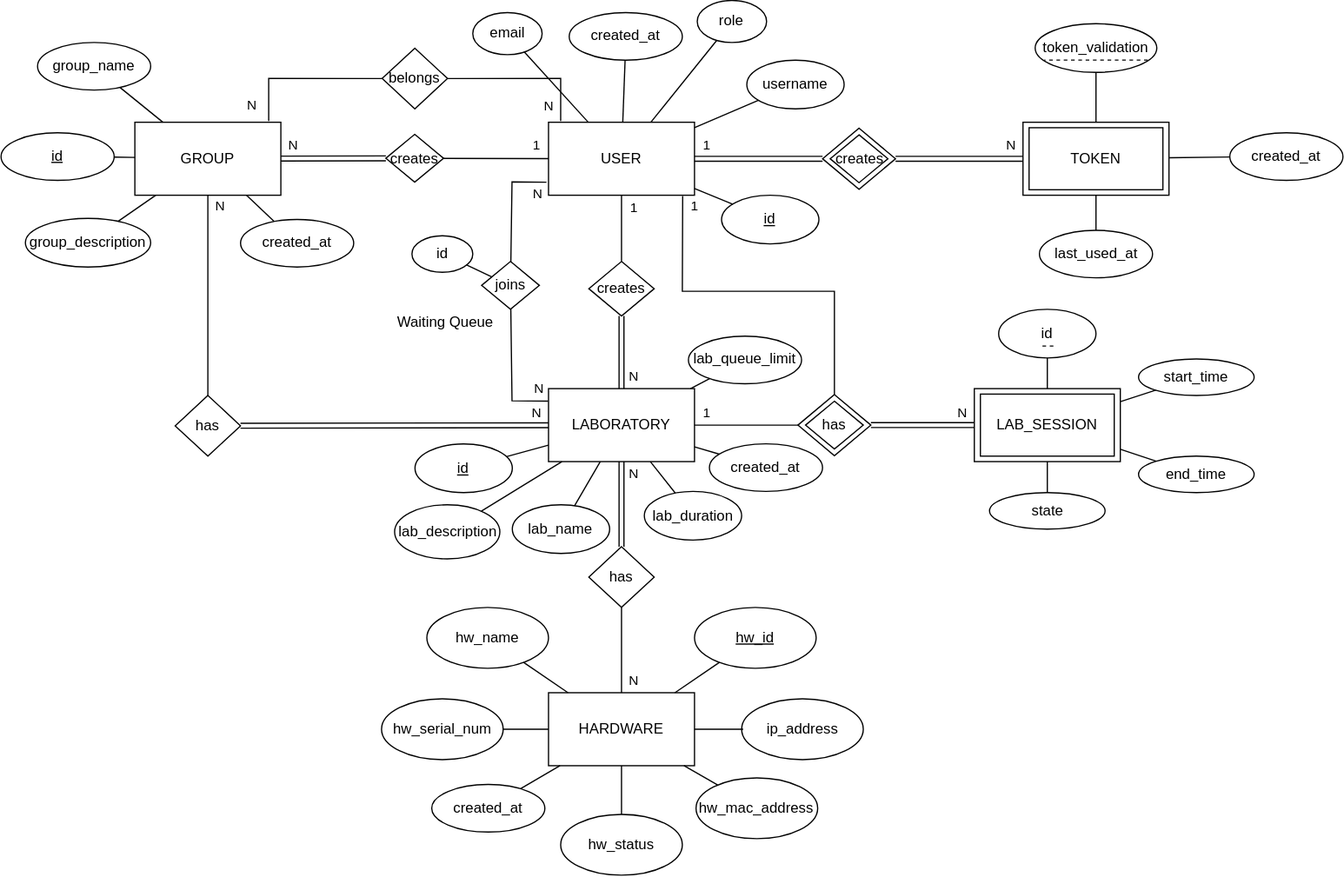
The draw.io diagram img/DB-diagrams/ERDiagramRL.drawio.svg in isel-remote-lab/documentation, before a commit. Source tidied: cells renumbered, new cells last; positions are measured from the earlier drawing's top-left corner, leaving out a move shared by most shapes.
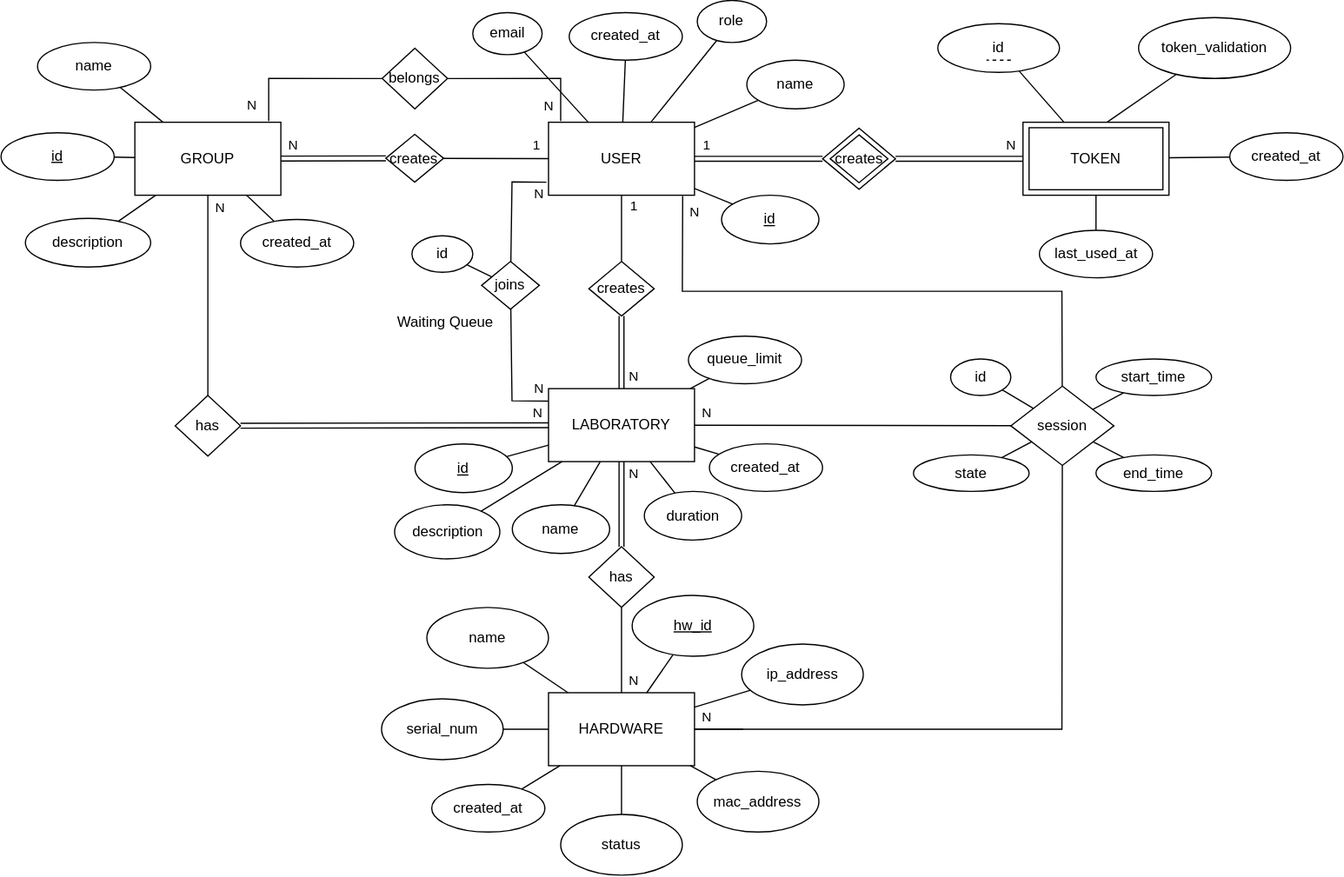
The same diagram one commit later.

Diff of the diagram source:
```diff
@@ -32,7 +32,7 @@
     <mxCell id="11" value="N" style="shape=link;html=1;rounded=0;entryX=0.5;entryY=0;entryDx=0;entryDy=0;" parent="1" edge="1" source="6" target="7">
       <mxGeometry x="0.67" y="10" relative="1" as="geometry" />
     </mxCell>
-    <mxCell id="12" value="&lt;span&gt;lab_name&lt;/span&gt;" style="ellipse;whiteSpace=wrap;html=1;fontStyle=0;" parent="1" vertex="1">
+    <mxCell id="12" value="&lt;span&gt;name&lt;/span&gt;" style="ellipse;whiteSpace=wrap;html=1;fontStyle=0;" parent="1" vertex="1">
       <mxGeometry x="420.2" y="414.5" width="80" height="40" as="geometry" />
     </mxCell>
     <mxCell id="13" style="endArrow=none;html=1;rounded=0;" parent="1" edge="1" source="12" target="7">
@@ -56,13 +56,13 @@
     <mxCell id="19" value="N" style="shape=link;html=1;rounded=0;" parent="1" edge="1" source="16" target="17">
       <mxGeometry x="-0.77" y="11" relative="1" as="geometry" />
     </mxCell>
-    <mxCell id="20" value="&lt;span&gt;username&lt;/span&gt;" style="ellipse;whiteSpace=wrap;html=1;fontStyle=0;" parent="1" vertex="1">
+    <mxCell id="20" value="&lt;span&gt;name&lt;/span&gt;" style="ellipse;whiteSpace=wrap;html=1;fontStyle=0;" parent="1" vertex="1">
       <mxGeometry x="613" y="49" width="80" height="40" as="geometry" />
     </mxCell>
     <mxCell id="21" value="&lt;u&gt;id&lt;/u&gt;" style="ellipse;whiteSpace=wrap;html=1;fontStyle=0;" parent="1" vertex="1">
       <mxGeometry y="108.7" width="93" height="39.1" as="geometry" />
     </mxCell>
-    <mxCell id="22" value="group_name" style="ellipse;whiteSpace=wrap;html=1;fontStyle=0;" parent="1" vertex="1">
+    <mxCell id="22" value="name" style="ellipse;whiteSpace=wrap;html=1;fontStyle=0;" parent="1" vertex="1">
       <mxGeometry x="30" y="34.4" width="93" height="39.1" as="geometry" />
     </mxCell>
     <mxCell id="23" style="endArrow=none;html=1;rounded=0;" parent="1" edge="1" source="16" target="21">
@@ -108,72 +108,31 @@
     <mxCell id="33" value="N" style="shape=link;html=1;rounded=0;" parent="1" edge="1" source="7" target="31">
       <mxGeometry x="-0.71" y="10" relative="1" as="geometry" />
     </mxCell>
-    <mxCell id="34" value="hw_name" style="ellipse;whiteSpace=wrap;html=1;fontStyle=0;" parent="1" vertex="1">
+    <mxCell id="34" value="name" style="ellipse;whiteSpace=wrap;html=1;fontStyle=0;" parent="1" vertex="1">
       <mxGeometry x="350" y="498.9" width="100" height="50" as="geometry" />
     </mxCell>
-    <mxCell id="35" value="&lt;span&gt;hw_serial_num&lt;/span&gt;" style="ellipse;whiteSpace=wrap;html=1;fontStyle=0;" parent="1" vertex="1">
+    <mxCell id="35" value="&lt;span&gt;serial_num&lt;/span&gt;" style="ellipse;whiteSpace=wrap;html=1;fontStyle=0;" parent="1" vertex="1">
       <mxGeometry x="312.8" y="574" width="100" height="50" as="geometry" />
     </mxCell>
     <mxCell id="36" value="hw_id" style="ellipse;whiteSpace=wrap;html=1;fontStyle=4;" parent="1" vertex="1">
-      <mxGeometry x="570" y="498.9" width="100" height="50" as="geometry" />
+      <mxGeometry x="518.8" y="489" width="100" height="50" as="geometry" />
     </mxCell>
-    <mxCell id="37" value="USER" style="rounded=0;whiteSpace=wrap;html=1;" parent="1" vertex="1">
-      <mxGeometry x="800" y="319" width="120" height="60" as="geometry" />
-    </mxCell>
-    <mxCell id="38" value="LAB_SESSION" style="rounded=0;whiteSpace=wrap;html=1;" parent="1" vertex="1">
-      <mxGeometry x="805" y="323.5" width="110" height="51" as="geometry" />
-    </mxCell>
-    <mxCell id="39" value="creates" style="rhombus;whiteSpace=wrap;html=1;" parent="1" vertex="1">
-      <mxGeometry x="655" y="323.9" width="60" height="50.2" as="geometry" />
+    <mxCell id="39" value="session" style="rhombus;whiteSpace=wrap;html=1;" parent="1" vertex="1">
+      <mxGeometry x="830" y="317" width="84.8" height="65.1" as="geometry" />
     </mxCell>
-    <mxCell id="40" value="has" style="rhombus;whiteSpace=wrap;html=1;" parent="1" vertex="1">
-      <mxGeometry x="661.2" y="329.3" width="47.5" height="39.4" as="geometry" />
-    </mxCell>
-    <mxCell id="41" value="N" style="shape=link;html=1;rounded=0;" parent="1" edge="1" source="39" target="37">
-      <mxGeometry x="0.76" y="10" relative="1" as="geometry" />
-    </mxCell>
-    <mxCell id="42" value="1" style="endArrow=none;html=1;rounded=0;" parent="1" edge="1" source="7" target="39">
-      <mxGeometry x="-0.76" y="10" relative="1" as="geometry" />
+    <mxCell id="42" value="N" style="endArrow=none;html=1;rounded=0;" parent="1" edge="1" source="7" target="39">
+      <mxGeometry x="-0.92" y="10" relative="1" as="geometry" />
     </mxCell>
-    <mxCell id="43" value="1" style="endArrow=none;html=1;rounded=0;entryX=0.919;entryY=1.012;entryDx=0;entryDy=0;entryPerimeter=0;" parent="1" edge="1" source="39" target="2">
+    <mxCell id="43" value="N" style="endArrow=none;html=1;rounded=0;entryX=0.919;entryY=1.012;entryDx=0;entryDy=0;entryPerimeter=0;" parent="1" edge="1" source="39">
       <mxGeometry x="0.94" y="-10" relative="1" as="geometry">
+        <mxPoint x="560.3" y="160.7" as="targetPoint" />
         <Array as="points">
-          <mxPoint x="685" y="239" />
+          <mxPoint x="872" y="239" />
           <mxPoint x="620" y="239" />
           <mxPoint x="560" y="239" />
         </Array>
       </mxGeometry>
     </mxCell>
-    <mxCell id="44" value="&lt;span&gt;id&lt;/span&gt;" style="ellipse;whiteSpace=wrap;html=1;fontStyle=0;" parent="1" vertex="1">
-      <mxGeometry x="820" y="253.8" width="80" height="40" as="geometry" />
-    </mxCell>
-    <mxCell id="45" style="endArrow=none;dashed=1;html=1;rounded=0;" parent="1" edge="1">
-      <mxGeometry relative="1" as="geometry">
-        <mxPoint x="865" y="284" as="sourcePoint" />
-        <mxPoint x="855" y="284" as="targetPoint" />
-      </mxGeometry>
-    </mxCell>
-    <mxCell id="46" value="start_time" style="ellipse;whiteSpace=wrap;html=1;fontStyle=0;" parent="1" vertex="1">
-      <mxGeometry x="935" y="294.6" width="95" height="30" as="geometry" />
-    </mxCell>
-    <mxCell id="47" value="end_time" style="ellipse;whiteSpace=wrap;html=1;fontStyle=0;" parent="1" vertex="1">
-      <mxGeometry x="935" y="374.5" width="95" height="30" as="geometry" />
-    </mxCell>
-    <mxCell id="48" value="state" style="ellipse;whiteSpace=wrap;html=1;fontStyle=0;" parent="1" vertex="1">
-      <mxGeometry x="812.5" y="404.5" width="95" height="30" as="geometry" />
-    </mxCell>
-    <mxCell id="49" style="endArrow=none;html=1;rounded=0;" parent="1" edge="1" source="37" target="44">
-      <mxGeometry relative="1" as="geometry" />
-    </mxCell>
-    <mxCell id="50" style="endArrow=none;html=1;rounded=0;" parent="1" edge="1" source="37" target="46">
-      <mxGeometry relative="1" as="geometry" />
-    </mxCell>
-    <mxCell id="51" style="endArrow=none;html=1;rounded=0;" parent="1" edge="1" source="37" target="47">
-      <mxGeometry relative="1" as="geometry" />
-    </mxCell>
-    <mxCell id="52" style="endArrow=none;html=1;rounded=0;" parent="1" edge="1" source="48" target="37">
-      <mxGeometry relative="1" as="geometry" />
-    </mxCell>
     <mxCell id="53" style="endArrow=none;html=1;rounded=0;" parent="1" edge="1" source="30" target="36">
       <mxGeometry relative="1" as="geometry" />
     </mxCell>
@@ -203,14 +162,14 @@
     <mxCell id="59" value="Waiting Queue" style="text;html=1;align=left;verticalAlign=middle;whiteSpace=wrap;rounded=0;" parent="1" vertex="1">
       <mxGeometry x="323.5" y="253.8" width="85.8" height="22.1" as="geometry" />
     </mxCell>
-    <mxCell id="60" value="&lt;span&gt;lab_duration&lt;/span&gt;" style="ellipse;whiteSpace=wrap;html=1;fontStyle=0;" parent="1" vertex="1">
+    <mxCell id="60" value="&lt;span&gt;duration&lt;/span&gt;" style="ellipse;whiteSpace=wrap;html=1;fontStyle=0;" parent="1" vertex="1">
       <mxGeometry x="528.8" y="403.5" width="80" height="40" as="geometry" />
     </mxCell>
     <mxCell id="61" style="endArrow=none;html=1;rounded=0;" parent="1" edge="1" source="7" target="60">
       <mxGeometry relative="1" as="geometry" />
     </mxCell>
-    <mxCell id="62" value="hw_mac_address" style="ellipse;whiteSpace=wrap;html=1;fontStyle=0;" parent="1" vertex="1">
-      <mxGeometry x="571.2" y="639" width="100" height="50" as="geometry" />
+    <mxCell id="62" value="mac_address" style="ellipse;whiteSpace=wrap;html=1;fontStyle=0;" parent="1" vertex="1">
+      <mxGeometry x="572.2" y="633.6" width="100" height="50" as="geometry" />
     </mxCell>
     <mxCell id="63" style="endArrow=none;html=1;rounded=0;" parent="1" edge="1" source="62" target="30">
       <mxGeometry relative="1" as="geometry" />
@@ -218,7 +177,7 @@
     <mxCell id="64" value="N" style="shape=link;html=1;rounded=0;" parent="1" edge="1" source="28" target="7">
       <mxGeometry x="0.92" y="10" relative="1" as="geometry" />
     </mxCell>
-    <mxCell id="65" value="group_description" style="ellipse;whiteSpace=wrap;html=1;fontStyle=0;" parent="1" vertex="1">
+    <mxCell id="65" value="description" style="ellipse;whiteSpace=wrap;html=1;fontStyle=0;" parent="1" vertex="1">
       <mxGeometry x="20" y="179" width="103" height="40" as="geometry" />
     </mxCell>
     <mxCell id="66" style="endArrow=none;html=1;rounded=0;" parent="1" edge="1" source="65" target="16">
@@ -249,14 +208,14 @@
       <mxGeometry relative="1" as="geometry" />
     </mxCell>
     <mxCell id="75" value="ip_address" style="ellipse;whiteSpace=wrap;html=1;fontStyle=0;" parent="1" vertex="1">
-      <mxGeometry x="608.8" y="574" width="100" height="50" as="geometry" />
+      <mxGeometry x="608.8" y="529" width="100" height="50" as="geometry" />
     </mxCell>
     <mxCell id="76" style="endArrow=none;html=1;rounded=0;" parent="1" edge="1" target="30">
       <mxGeometry relative="1" as="geometry">
         <mxPoint x="610" y="599" as="sourcePoint" />
       </mxGeometry>
     </mxCell>
-    <mxCell id="77" value="hw_status" style="ellipse;whiteSpace=wrap;html=1;fontStyle=0;" parent="1" vertex="1">
+    <mxCell id="77" value="status" style="ellipse;whiteSpace=wrap;html=1;fontStyle=0;" parent="1" vertex="1">
       <mxGeometry x="460" y="669" width="100" height="50" as="geometry" />
     </mxCell>
     <mxCell id="78" style="endArrow=none;html=1;rounded=0;" parent="1" edge="1" source="77" target="30">
@@ -268,13 +227,13 @@
     <mxCell id="80" style="endArrow=none;html=1;" parent="1" edge="1" source="2" target="79">
       <mxGeometry relative="1" as="geometry" />
     </mxCell>
-    <mxCell id="81" value="&lt;span&gt;lab_description&lt;/span&gt;" style="ellipse;whiteSpace=wrap;html=1;fontStyle=0;" parent="1" vertex="1">
+    <mxCell id="81" value="&lt;span&gt;description&lt;/span&gt;" style="ellipse;whiteSpace=wrap;html=1;fontStyle=0;" parent="1" vertex="1">
       <mxGeometry x="323.5" y="414.5" width="86.5" height="44.5" as="geometry" />
     </mxCell>
     <mxCell id="82" style="endArrow=none;html=1;rounded=0;" parent="1" edge="1" source="81" target="7">
       <mxGeometry relative="1" as="geometry" />
     </mxCell>
-    <mxCell id="83" value="lab_queue_limit" style="ellipse;whiteSpace=wrap;html=1;fontStyle=0;" parent="1" vertex="1">
+    <mxCell id="83" value="queue_limit" style="ellipse;whiteSpace=wrap;html=1;fontStyle=0;" parent="1" vertex="1">
       <mxGeometry x="565" y="275.9" width="93" height="39.1" as="geometry" />
     </mxCell>
     <mxCell id="84" style="endArrow=none;html=1;" parent="1" edge="1" source="7" target="83">
@@ -304,13 +263,13 @@
     <mxCell id="92" value="TOKEN" style="rounded=0;whiteSpace=wrap;html=1;" parent="1" vertex="1">
       <mxGeometry x="845" y="104.5" width="110" height="51" as="geometry" />
     </mxCell>
-    <mxCell id="93" value="&lt;span&gt;token_validation&lt;/span&gt;" style="ellipse;whiteSpace=wrap;html=1;fontStyle=0;" parent="1" vertex="1">
-      <mxGeometry x="850" y="19" width="100" height="40" as="geometry" />
+    <mxCell id="93" value="&lt;span&gt;id&lt;/span&gt;" style="ellipse;whiteSpace=wrap;html=1;fontStyle=0;" parent="1" vertex="1">
+      <mxGeometry x="770" y="19" width="100" height="40" as="geometry" />
     </mxCell>
     <mxCell id="94" style="endArrow=none;dashed=1;html=1;rounded=0;" parent="1" edge="1">
       <mxGeometry relative="1" as="geometry">
-        <mxPoint x="942.5" y="48.9" as="sourcePoint" />
-        <mxPoint x="857.5" y="48.9" as="targetPoint" />
+        <mxPoint x="830" y="49" as="sourcePoint" />
+        <mxPoint x="810" y="49" as="targetPoint" />
       </mxGeometry>
     </mxCell>
     <mxCell id="95" style="endArrow=none;html=1;rounded=0;" parent="1" edge="1" source="91" target="93">
@@ -328,5 +287,45 @@
     <mxCell id="99" style="endArrow=none;html=1;rounded=0;" parent="1" edge="1" source="98" target="91">
       <mxGeometry relative="1" as="geometry" />
     </mxCell>
+    <mxCell id="100" value="token_validation" style="ellipse;whiteSpace=wrap;html=1;fontStyle=0;" parent="1" vertex="1">
+      <mxGeometry x="935" y="14" width="125" height="50" as="geometry" />
+    </mxCell>
+    <mxCell id="101" style="endArrow=none;html=1;rounded=0;exitX=0.578;exitY=-0.003;exitDx=0;exitDy=0;exitPerimeter=0;" parent="1" edge="1" source="91" target="100">
+      <mxGeometry relative="1" as="geometry" />
+    </mxCell>
+    <mxCell id="44" value="&lt;span&gt;id&lt;/span&gt;" style="ellipse;whiteSpace=wrap;html=1;fontStyle=0;" parent="1" vertex="1">
+      <mxGeometry x="780.5" y="294.6" width="49.5" height="30" as="geometry" />
+    </mxCell>
+    <mxCell id="46" value="start_time" style="ellipse;whiteSpace=wrap;html=1;fontStyle=0;" parent="1" vertex="1">
+      <mxGeometry x="900" y="294.6" width="95" height="30" as="geometry" />
+    </mxCell>
+    <mxCell id="47" value="end_time" style="ellipse;whiteSpace=wrap;html=1;fontStyle=0;" parent="1" vertex="1">
+      <mxGeometry x="900" y="373.5" width="95" height="30" as="geometry" />
+    </mxCell>
+    <mxCell id="48" value="state" style="ellipse;whiteSpace=wrap;html=1;fontStyle=0;" parent="1" vertex="1">
+      <mxGeometry x="750" y="373.5" width="95" height="30" as="geometry" />
+    </mxCell>
+    <mxCell id="102" style="endArrow=none;html=1;rounded=0;" parent="1" edge="1" source="39" target="44">
+      <mxGeometry relative="1" as="geometry" />
+    </mxCell>
+    <mxCell id="103" style="endArrow=none;html=1;rounded=0;" parent="1" edge="1" source="39" target="46">
+      <mxGeometry relative="1" as="geometry" />
+    </mxCell>
+    <mxCell id="104" style="endArrow=none;html=1;rounded=0;" parent="1" edge="1" source="39" target="47">
+      <mxGeometry relative="1" as="geometry" />
+    </mxCell>
+    <mxCell id="105" style="endArrow=none;html=1;rounded=0;" parent="1" edge="1" source="48" target="39">
+      <mxGeometry relative="1" as="geometry" />
+    </mxCell>
+    <mxCell id="41" value="N" style="endArrow=none;html=1;rounded=0;" parent="1" edge="1" source="30" target="39">
+      <mxGeometry x="-0.96" y="10" relative="1" as="geometry">
+        <Array as="points">
+          <mxPoint x="872" y="599" />
+        </Array>
+      </mxGeometry>
+    </mxCell>
+    <mxCell id="106" style="endArrow=none;html=1;rounded=0;" parent="1" edge="1" source="30" target="75">
+      <mxGeometry relative="1" as="geometry" />
+    </mxCell>
   </root>
 </mxGraphModel>
```
